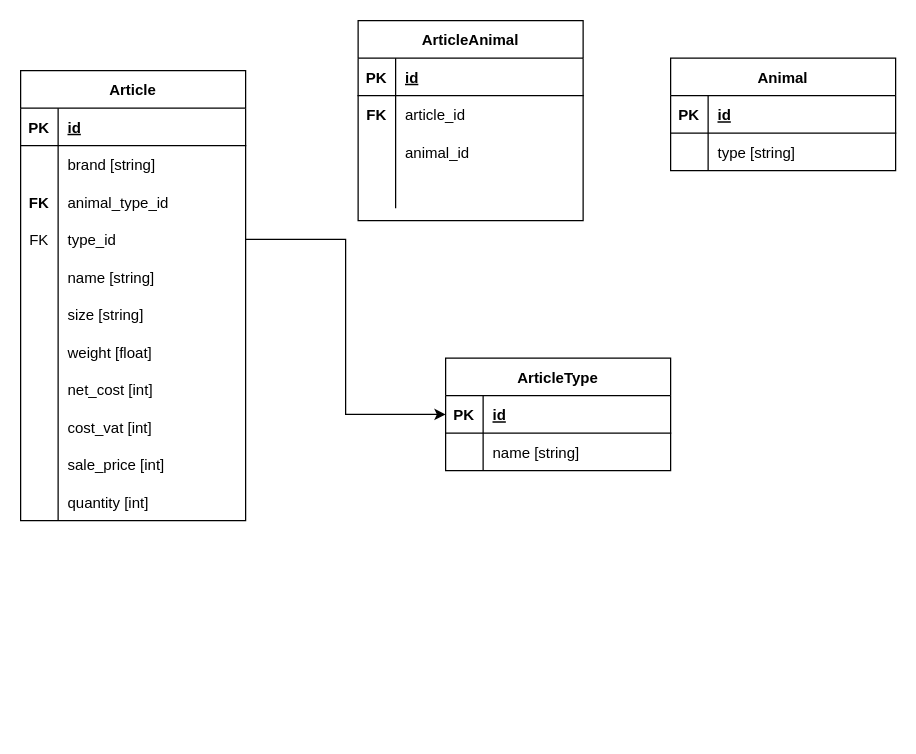
Earlier version of the draw.io diagram store-engine.drawio (web-gamma/backyardpetshop-diagrams). Source tidied: cells renumbered, new cells numbered last; positions are measured from the earlier drawing's top-left corner, leaving out a move shared by most shapes. Both pictures are drawn from the tidied source at 125%, with x=0, y=0 at pixel (20, 20).
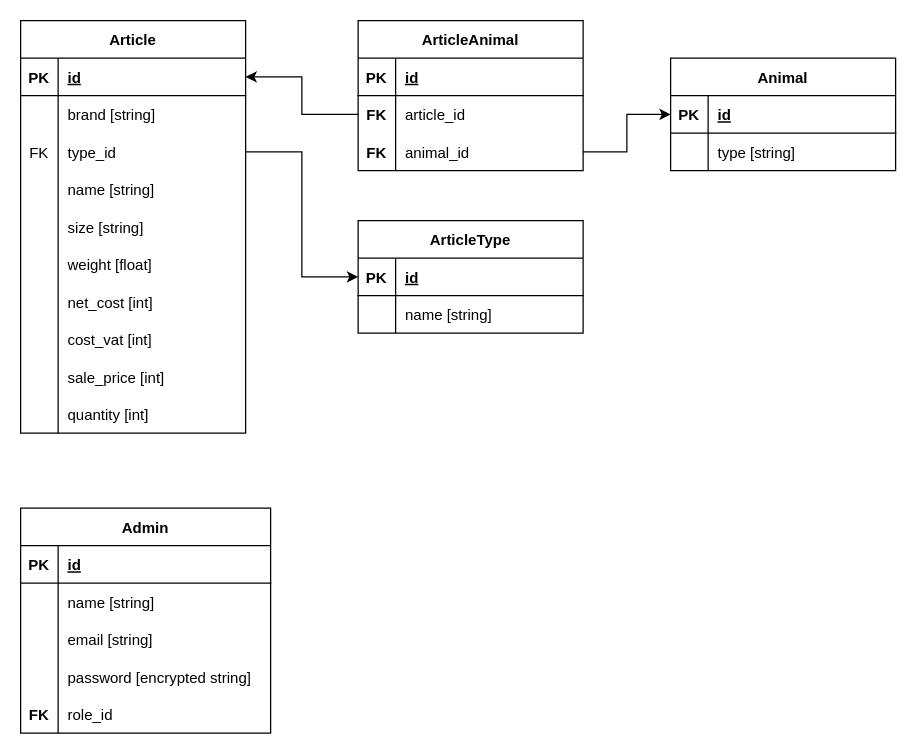
Above is the later version.

The change refers to these unchanged cells:
```xml
<mxCell id="3" style="shape=tableRow;horizontal=0;startSize=0;swimlaneHead=0;swimlaneBody=0;fillColor=none;points=[[0,0.5],[1,0.5]];portConstraint=eastwest;top=0;left=0;right=0;bottom=1;" parent="2" vertex="1">
  <mxGeometry y="30" width="180" height="30" as="geometry" />
</mxCell>
<mxCell id="37" style="shape=tableRow;horizontal=0;startSize=0;swimlaneHead=0;swimlaneBody=0;fillColor=none;points=[[0,0.5],[1,0.5]];portConstraint=eastwest;top=0;left=0;right=0;bottom=1;" parent="36" vertex="1">
  <mxGeometry y="30" width="180" height="30" as="geometry" />
</mxCell>
<mxCell id="56" style="shape=tableRow;horizontal=0;startSize=0;swimlaneHead=0;swimlaneBody=0;fillColor=none;points=[[0,0.5],[1,0.5]];portConstraint=eastwest;top=0;left=0;right=0;bottom=0;" parent="52" vertex="1">
  <mxGeometry y="60" width="180" height="30" as="geometry" />
</mxCell>
<mxCell id="59" style="shape=tableRow;horizontal=0;startSize=0;swimlaneHead=0;swimlaneBody=0;fillColor=none;points=[[0,0.5],[1,0.5]];portConstraint=eastwest;top=0;left=0;right=0;bottom=0;" parent="52" vertex="1">
  <mxGeometry y="90" width="180" height="30" as="geometry" />
</mxCell>
```

Change to the diagram source:
```diff
@@
+    <mxCell id="66" value="FK" style="shape=partialRectangle;fillColor=none;top=0;left=0;bottom=0;right=0;fontStyle=1;overflow=hidden;" parent="1" vertex="1">
+      <mxGeometry y="540" width="30" height="30" as="geometry" />
+    </mxCell>
+    <mxCell id="65" value="FK" style="shape=partialRectangle;fillColor=none;top=0;left=0;bottom=0;right=0;fontStyle=1;overflow=hidden;" parent="1" vertex="1">
+      <mxGeometry x="275" y="60" width="20" height="30" as="geometry" />
+    </mxCell>
     <mxCell id="2" value="Article" style="shape=table;startSize=30;childLayout=tableLayout;rowLines=0;fontStyle=1;align=center;" parent="1" vertex="1">
-      <mxGeometry y="40" width="180" height="360" as="geometry" />
+      <mxGeometry width="180" height="330" as="geometry" />
     </mxCell>
@@
-    <mxCell id="9" style="shape=tableRow;horizontal=0;startSize=0;swimlaneHead=0;swimlaneBody=0;fillColor=none;top=0;left=0;right=0;bottom=0;" parent="2" vertex="1">
-      <mxGeometry y="90" width="180" height="30" as="geometry" />
-    </mxCell>
-    <mxCell id="10" style="shape=partialRectangle;fillColor=none;top=0;left=0;bottom=0;right=0;overflow=hidden;" parent="9" vertex="1">
-      <mxGeometry width="30" height="30" as="geometry" />
-    </mxCell>
-    <mxCell id="11" value="animal_type_id" style="shape=partialRectangle;fillColor=none;top=0;left=0;bottom=0;right=0;align=left;spacingLeft=6;overflow=hidden;" parent="9" vertex="1">
-      <mxGeometry x="30" width="150" height="30" as="geometry" />
-    </mxCell>
     <mxCell id="12" style="shape=tableRow;horizontal=0;startSize=0;swimlaneHead=0;swimlaneBody=0;fillColor=none;points=[[0,0.5],[1,0.5]];portConstraint=eastwest;top=0;left=0;right=0;bottom=0;" parent="2" vertex="1">
-      <mxGeometry y="120" width="180" height="30" as="geometry" />
+      <mxGeometry y="90" width="180" height="30" as="geometry" />
     </mxCell>
@@
     <mxCell id="15" style="shape=tableRow;horizontal=0;startSize=0;swimlaneHead=0;swimlaneBody=0;fillColor=none;top=0;left=0;right=0;bottom=0;" parent="2" vertex="1">
-      <mxGeometry y="150" width="180" height="30" as="geometry" />
+      <mxGeometry y="120" width="180" height="30" as="geometry" />
     </mxCell>
@@
     <mxCell id="18" style="shape=tableRow;horizontal=0;startSize=0;swimlaneHead=0;swimlaneBody=0;fillColor=none;top=0;left=0;right=0;bottom=0;" parent="2" vertex="1">
-      <mxGeometry y="180" width="180" height="30" as="geometry" />
+      <mxGeometry y="150" width="180" height="30" as="geometry" />
     </mxCell>
@@
     <mxCell id="21" style="shape=tableRow;horizontal=0;startSize=0;swimlaneHead=0;swimlaneBody=0;fillColor=none;top=0;left=0;right=0;bottom=0;" parent="2" vertex="1">
-      <mxGeometry y="210" width="180" height="30" as="geometry" />
+      <mxGeometry y="180" width="180" height="30" as="geometry" />
     </mxCell>
@@
     <mxCell id="24" style="shape=tableRow;horizontal=0;startSize=0;swimlaneHead=0;swimlaneBody=0;fillColor=none;top=0;left=0;right=0;bottom=0;" parent="2" vertex="1">
-      <mxGeometry y="240" width="180" height="30" as="geometry" />
+      <mxGeometry y="210" width="180" height="30" as="geometry" />
     </mxCell>
@@
     <mxCell id="27" style="shape=tableRow;horizontal=0;startSize=0;swimlaneHead=0;swimlaneBody=0;fillColor=none;top=0;left=0;right=0;bottom=0;" parent="2" vertex="1">
-      <mxGeometry y="270" width="180" height="30" as="geometry" />
+      <mxGeometry y="240" width="180" height="30" as="geometry" />
     </mxCell>
@@
     <mxCell id="30" style="shape=tableRow;horizontal=0;startSize=0;swimlaneHead=0;swimlaneBody=0;fillColor=none;top=0;left=0;right=0;bottom=0;" parent="2" vertex="1">
-      <mxGeometry y="300" width="180" height="30" as="geometry" />
+      <mxGeometry y="270" width="180" height="30" as="geometry" />
     </mxCell>
@@
     <mxCell id="33" style="shape=tableRow;horizontal=0;startSize=0;swimlaneHead=0;swimlaneBody=0;fillColor=none;top=0;left=0;right=0;bottom=0;" parent="2" vertex="1">
-      <mxGeometry y="330" width="180" height="30" as="geometry" />
+      <mxGeometry y="300" width="180" height="30" as="geometry" />
     </mxCell>
@@
-    <mxCell id="43" value="FK" style="shape=partialRectangle;fillColor=none;top=0;left=0;bottom=0;right=0;fontStyle=1;overflow=hidden;" parent="1" vertex="1">
-      <mxGeometry y="130" width="30" height="30" as="geometry" />
-    </mxCell>
     <mxCell id="44" value="ArticleType" style="shape=table;startSize=30;childLayout=tableLayout;rowLines=0;fontStyle=1;align=center;" parent="1" vertex="1">
-      <mxGeometry x="340" y="270" width="180" height="90" as="geometry" />
+      <mxGeometry x="270" y="160" width="180" height="90" as="geometry" />
     </mxCell>
@@
     <mxCell id="52" value="ArticleAnimal" style="shape=table;startSize=30;childLayout=tableLayout;rowLines=0;fontStyle=1;align=center;" parent="1" vertex="1">
-      <mxGeometry x="270" width="180" height="160" as="geometry" />
+      <mxGeometry x="270" width="180" height="120" as="geometry" />
     </mxCell>
@@
-    <mxCell id="62" style="shape=tableRow;horizontal=0;startSize=0;swimlaneHead=0;swimlaneBody=0;fillColor=none;top=0;left=0;right=0;bottom=0;" parent="52" vertex="1">
-      <mxGeometry y="120" width="180" height="30" as="geometry" />
-    </mxCell>
-    <mxCell id="63" style="shape=partialRectangle;fillColor=none;top=0;left=0;bottom=0;right=0;overflow=hidden;" parent="62" vertex="1">
-      <mxGeometry width="30" height="30" as="geometry" />
-    </mxCell>
-    <mxCell id="64" style="shape=partialRectangle;fillColor=none;top=0;left=0;bottom=0;right=0;align=left;spacingLeft=6;overflow=hidden;" parent="62" vertex="1">
-      <mxGeometry x="30" width="150" height="30" as="geometry" />
-    </mxCell>
-    <mxCell id="65" value="FK" style="shape=partialRectangle;fillColor=none;top=0;left=0;bottom=0;right=0;fontStyle=1;overflow=hidden;" parent="1" vertex="1">
-      <mxGeometry x="270" y="60" width="30" height="30" as="geometry" />
-    </mxCell>
+    <mxCell id="67" value="FK" style="shape=partialRectangle;fillColor=none;top=0;left=0;bottom=0;right=0;fontStyle=1;overflow=hidden;" parent="1" vertex="1">
+      <mxGeometry x="270" y="90" width="30" height="30" as="geometry" />
+    </mxCell>
+    <mxCell id="68" style="edgeStyle=orthogonalEdgeStyle;rounded=0;jettySize=auto;html=1;entryX=0;entryY=0.5;entryDx=0;entryDy=0;" parent="1" edge="1" source="59" target="37">
+      <mxGeometry relative="1" as="geometry" />
+    </mxCell>
+    <mxCell id="69" style="edgeStyle=orthogonalEdgeStyle;rounded=0;jettySize=auto;html=1;entryX=1;entryY=0.5;entryDx=0;entryDy=0;" parent="1" edge="1" source="56" target="3">
+      <mxGeometry relative="1" as="geometry" />
+    </mxCell>
+    <mxCell id="70" value="Admin" style="shape=table;startSize=30;childLayout=tableLayout;rowLines=0;fontStyle=1;align=center;" parent="1" vertex="1">
+      <mxGeometry y="390" width="200" height="180" as="geometry" />
+    </mxCell>
+    <mxCell id="71" style="shape=tableRow;horizontal=0;startSize=0;swimlaneHead=0;swimlaneBody=0;fillColor=none;top=0;left=0;right=0;bottom=1;" parent="70" vertex="1">
+      <mxGeometry y="30" width="200" height="30" as="geometry" />
+    </mxCell>
+    <mxCell id="72" value="PK" style="shape=partialRectangle;fillColor=none;top=0;left=0;bottom=0;right=0;fontStyle=1;overflow=hidden;" parent="71" vertex="1">
+      <mxGeometry width="30" height="30" as="geometry" />
+    </mxCell>
+    <mxCell id="73" value="id" style="shape=partialRectangle;fillColor=none;top=0;left=0;bottom=0;right=0;align=left;spacingLeft=6;fontStyle=5;overflow=hidden;" parent="71" vertex="1">
+      <mxGeometry x="30" width="170" height="30" as="geometry" />
+    </mxCell>
+    <mxCell id="74" style="shape=tableRow;horizontal=0;startSize=0;swimlaneHead=0;swimlaneBody=0;fillColor=none;top=0;left=0;right=0;bottom=0;" parent="70" vertex="1">
+      <mxGeometry y="60" width="200" height="30" as="geometry" />
+    </mxCell>
+    <mxCell id="75" style="shape=partialRectangle;fillColor=none;top=0;left=0;bottom=0;right=0;overflow=hidden;" parent="74" vertex="1">
+      <mxGeometry width="30" height="30" as="geometry" />
+    </mxCell>
+    <mxCell id="76" value="name [string]" style="shape=partialRectangle;fillColor=none;top=0;left=0;bottom=0;right=0;align=left;spacingLeft=6;overflow=hidden;" parent="74" vertex="1">
+      <mxGeometry x="30" width="170" height="30" as="geometry" />
+    </mxCell>
+    <mxCell id="77" style="shape=tableRow;horizontal=0;startSize=0;swimlaneHead=0;swimlaneBody=0;fillColor=none;top=0;left=0;right=0;bottom=0;" parent="70" vertex="1">
+      <mxGeometry y="90" width="200" height="30" as="geometry" />
+    </mxCell>
+    <mxCell id="78" style="shape=partialRectangle;fillColor=none;top=0;left=0;bottom=0;right=0;overflow=hidden;" parent="77" vertex="1">
+      <mxGeometry width="30" height="30" as="geometry" />
+    </mxCell>
+    <mxCell id="79" value="email [string]" style="shape=partialRectangle;fillColor=none;top=0;left=0;bottom=0;right=0;align=left;spacingLeft=6;overflow=hidden;" parent="77" vertex="1">
+      <mxGeometry x="30" width="170" height="30" as="geometry" />
+    </mxCell>
+    <mxCell id="80" style="shape=tableRow;horizontal=0;startSize=0;swimlaneHead=0;swimlaneBody=0;fillColor=none;top=0;left=0;right=0;bottom=0;" parent="70" vertex="1">
+      <mxGeometry y="120" width="200" height="30" as="geometry" />
+    </mxCell>
+    <mxCell id="81" style="shape=partialRectangle;fillColor=none;top=0;left=0;bottom=0;right=0;overflow=hidden;" parent="80" vertex="1">
+      <mxGeometry width="30" height="30" as="geometry" />
+    </mxCell>
+    <mxCell id="82" value="password [encrypted string]" style="shape=partialRectangle;fillColor=none;top=0;left=0;bottom=0;right=0;align=left;spacingLeft=6;overflow=hidden;" parent="80" vertex="1">
+      <mxGeometry x="30" width="170" height="30" as="geometry" />
+    </mxCell>
+    <mxCell id="83" style="shape=tableRow;horizontal=0;startSize=0;swimlaneHead=0;swimlaneBody=0;fillColor=none;top=0;left=0;right=0;bottom=0;" parent="70" vertex="1">
+      <mxGeometry y="150" width="200" height="30" as="geometry" />
+    </mxCell>
+    <mxCell id="84" style="shape=partialRectangle;fillColor=none;top=0;left=0;bottom=0;right=0;overflow=hidden;" parent="83" vertex="1">
+      <mxGeometry width="30" height="30" as="geometry" />
+    </mxCell>
+    <mxCell id="85" value="role_id" style="shape=partialRectangle;fillColor=none;top=0;left=0;bottom=0;right=0;align=left;spacingLeft=6;overflow=hidden;" parent="83" vertex="1">
+      <mxGeometry x="30" width="170" height="30" as="geometry" />
+    </mxCell>
```
